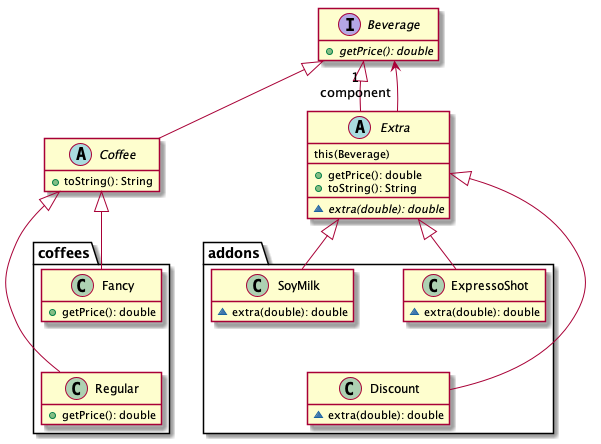
ace-lectures/pattern-repository keeps this PlantUML diagram as structure/decorator/uml/_example.png. Above is the earlier version.
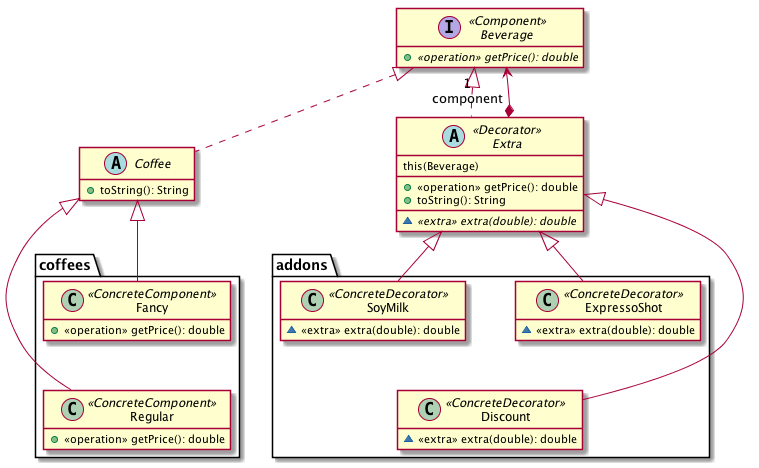
The same file after the commit.

The edit, as a diff of the source:
```diff
@@ -4,34 +4,34 @@
 skinparam ranksep 50
 hide empty members
 
-interface Beverage {
-  + {abstract} getPrice(): double
+interface Beverage <<Component>> {
+  + {abstract} <<operation>> getPrice(): double
 }
 
 abstract class Coffee {
   + toString(): String
 }
 
-Beverage <|-- Coffee
+Beverage <|.. Coffee
 
-abstract class Extra {
+abstract class Extra <<Decorator>> {
   this(Beverage)
   __
-  + getPrice(): double
+  + <<operation>> getPrice(): double
   + toString(): String
   __
-  ~ {abstract} extra(double): double
+  ~ {abstract} <<extra>> extra(double): double
 }
-Beverage <|-- Extra
-Extra --> "1\ncomponent" Beverage
+Beverage <|.. Extra
+Extra *--> "1\ncomponent" Beverage
 
 package coffees {
-  class Regular {
-    + getPrice(): double
+  class Regular <<ConcreteComponent>> {
+    + <<operation>> getPrice(): double
   }
 
-  class Fancy {
-    + getPrice(): double
+  class Fancy <<ConcreteComponent>> {
+    + <<operation>> getPrice(): double
   }
 
   Fancy -[hidden]-> Regular
@@ -41,19 +41,20 @@
 Coffee <|-- Fancy
 
 package addons {
-  class ExpressoShot {
-    ~ extra(double): double
+  class ExpressoShot <<ConcreteDecorator>> {
+    ~ <<extra>> extra(double): double
   }
 
-  class SoyMilk {
-    ~ extra(double): double
+  class Discount <<ConcreteDecorator>> {
+    ~ <<extra>> extra(double): double
   }
 
-  class Discount {
-    ~ extra(double): double
+  class SoyMilk <<ConcreteDecorator>> {
+    ~ <<extra>> extra(double): double
   }
 
   SoyMilk <-[hidden]- Discount
+
 }
 
 Extra <|-- ExpressoShot
```
